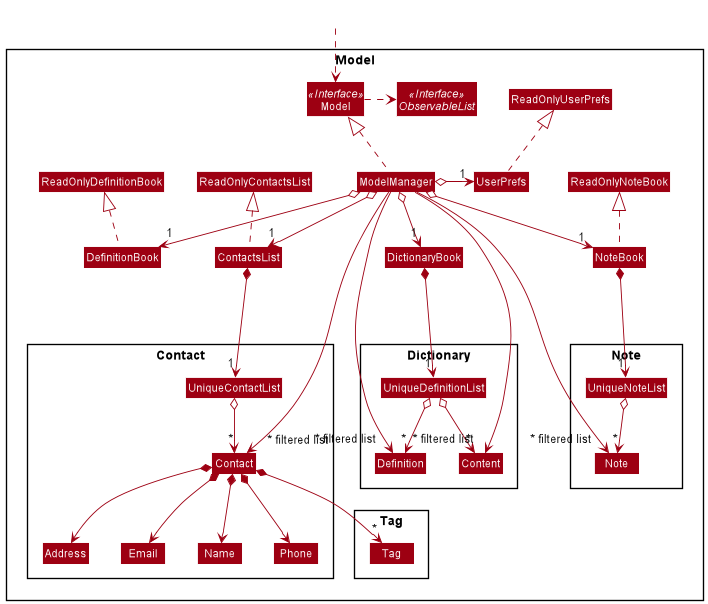
nus-cs2103-AY2021S2/tp keeps this PlantUML diagram as docs/images/ModelClassDiagram.png. Above is the earlier version.
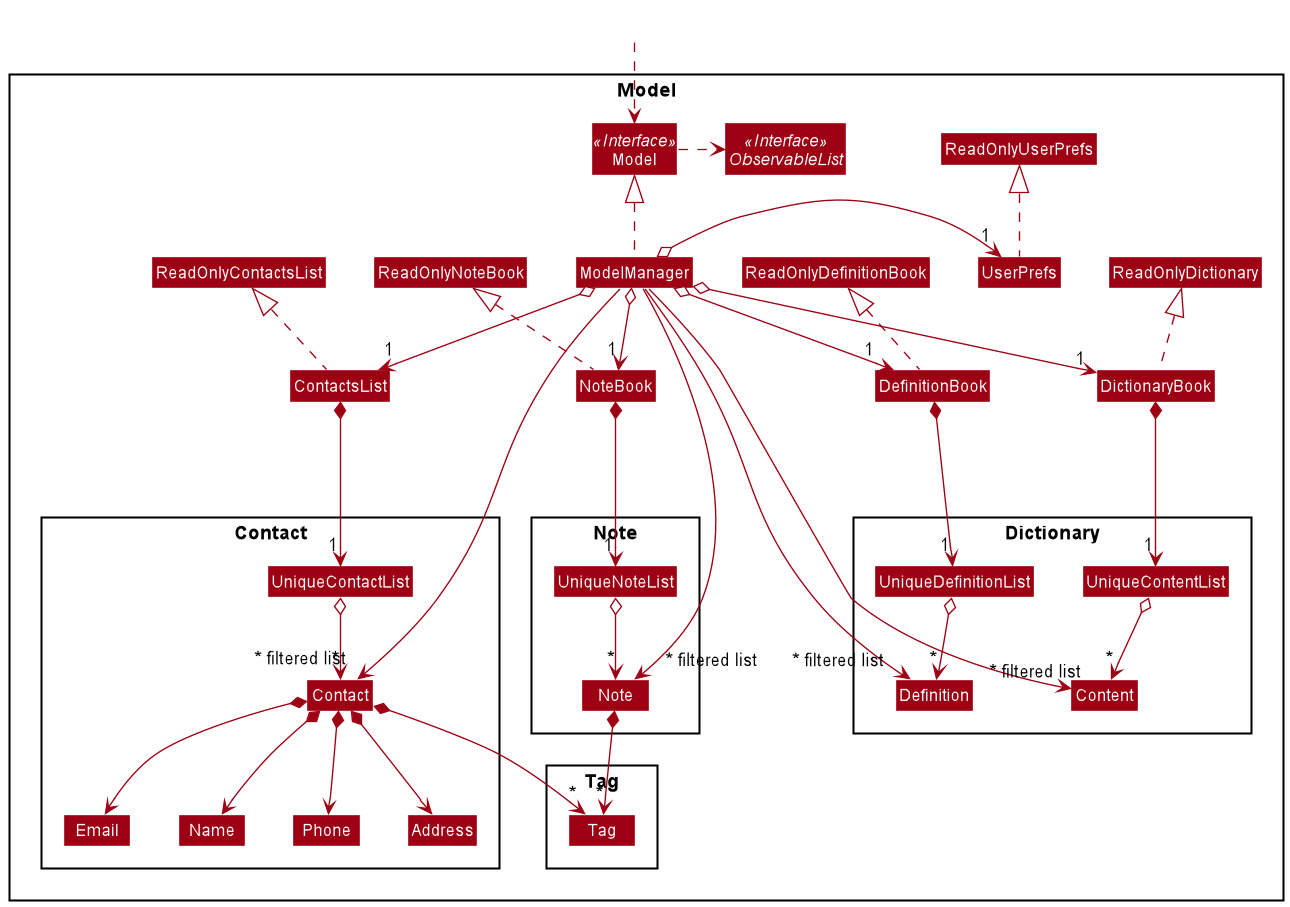
The same diagram one commit later.

Commit message:
remade diagram

The edit, as a diff of the source:
```diff
@@ -13,6 +13,7 @@
 Class ReadOnlyUserPrefs
 Class ReadOnlyContactsList
 Class ReadOnlyDefinitionBook
+Class ReadOnlyDictionary
 Class ReadOnlyNoteBook
 Class DefinitionBook
 Class Dictionary
@@ -44,6 +45,7 @@
 Class Content
 Class Definition
 Class UniqueDefinitionList
+Class UniqueContentList
 }
 }
 Class HiddenOutside #FFFFFF
@@ -52,6 +54,7 @@
 ContactsList .up.|> ReadOnlyContactsList
 NoteBook .up.|> ReadOnlyNoteBook
 DefinitionBook .up.|> ReadOnlyDefinitionBook
+DictionaryBook .up.|> ReadOnlyDictionary
 
 
 ModelManager .up.|> Model
@@ -73,10 +76,13 @@
 
 NoteBook *--> "1" UniqueNoteList
 UniqueNoteList o--> "*" Note
+Note *--> "*" Tag
 
-DictionaryBook *--> "1" UniqueDefinitionList
+
+DictionaryBook *--> "1" UniqueContentList
 UniqueDefinitionList o--> "*" Definition
-UniqueDefinitionList o--> "*" Content
+DefinitionBook *--> "1" UniqueDefinitionList
+UniqueContentList o--> "*" Content
 
 
 Name -[hidden]right-> Phone
```
